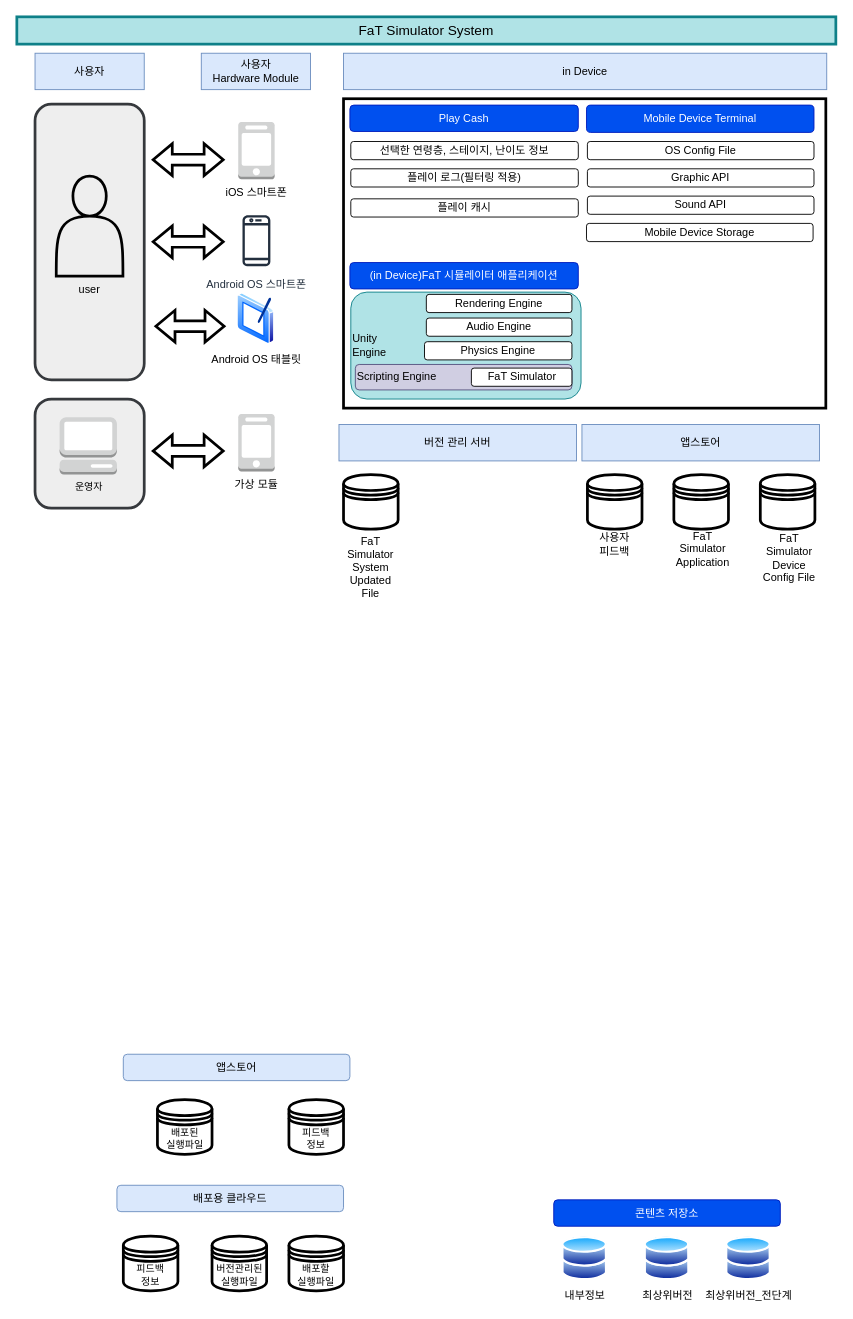
Earlier version of the draw.io diagram page "Page-1" (1 of 7) of Copy of 시스템구조도.drawio (StrongCatWill/FaT). Source tidied: cells renumbered, new cells numbered last; positions are measured from the earlier drawing's top-left corner, leaving out a move shared by most shapes. Both pictures are drawn from the tidied source at 91%, with x=0, y=0 at pixel (16, 16).
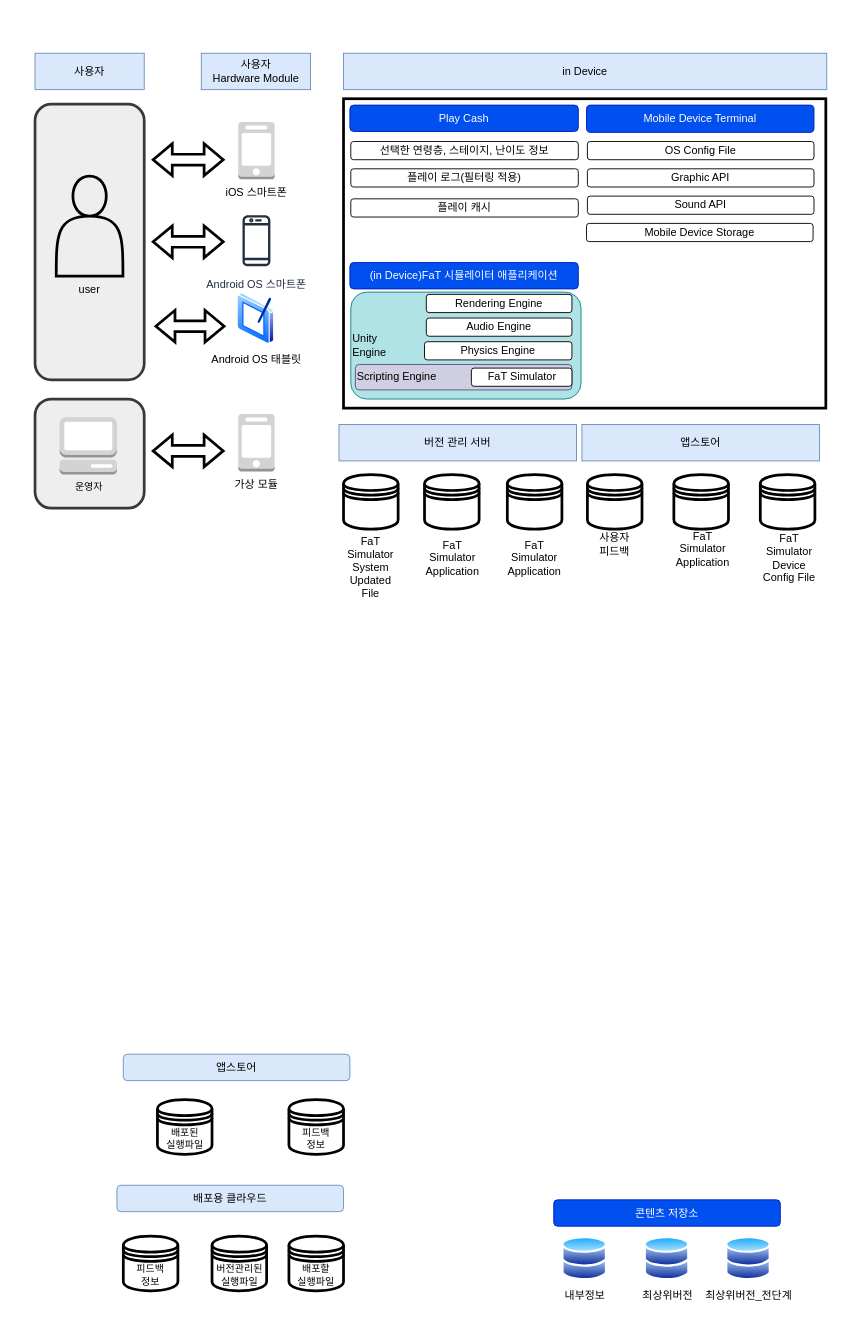
After the change.

Commit message:
Update 시스템구조도_설계명세서v1.0.2 첨부.drawio

What changed in the source:
```diff
@@
-    <mxCell id="7" value="&lt;font style=&quot;font-size: 15px;&quot;&gt;FaT Simulator System&lt;/font&gt;" style="rounded=0;whiteSpace=wrap;html=1;fillColor=#b0e3e6;strokeColor=#0e8088;strokeWidth=3;" parent="1" vertex="1">
-      <mxGeometry width="900" height="30" as="geometry" />
-    </mxCell>
@@
+    <mxCell id="59" style="group;" parent="1" vertex="1">
+      <mxGeometry x="448" y="503" width="62" height="117" as="geometry" />
+    </mxCell>
+    <mxCell id="60" style="shape=datastore;whiteSpace=wrap;html=1;rounded=0;strokeColor=default;strokeWidth=3;fontFamily=Helvetica;fontSize=12;fontColor=default;fillColor=none;" parent="59" vertex="1">
+      <mxGeometry width="60" height="60" as="geometry" />
+    </mxCell>
+    <mxCell id="61" value="FaT&lt;br&gt;Simulator&lt;br&gt;Application" style="text;html=1;strokeColor=none;fillColor=none;align=center;verticalAlign=middle;whiteSpace=wrap;rounded=0;fontSize=12;fontFamily=Helvetica;fontColor=default;" parent="59" vertex="1">
+      <mxGeometry x="1" y="77" width="60" height="30" as="geometry" />
+    </mxCell>
+    <mxCell id="62" style="shape=datastore;whiteSpace=wrap;html=1;rounded=0;strokeColor=default;strokeWidth=3;fontFamily=Helvetica;fontSize=12;fontColor=default;fillColor=none;" parent="1" vertex="1">
+      <mxGeometry x="539" y="503" width="60" height="60" as="geometry" />
+    </mxCell>
+    <mxCell id="63" value="FaT&lt;br&gt;Simulator&lt;br&gt;Application" style="text;html=1;strokeColor=none;fillColor=none;align=center;verticalAlign=middle;whiteSpace=wrap;rounded=0;fontSize=12;fontFamily=Helvetica;fontColor=default;" parent="1" vertex="1">
+      <mxGeometry x="539" y="580" width="60" height="30" as="geometry" />
+    </mxCell>
```
